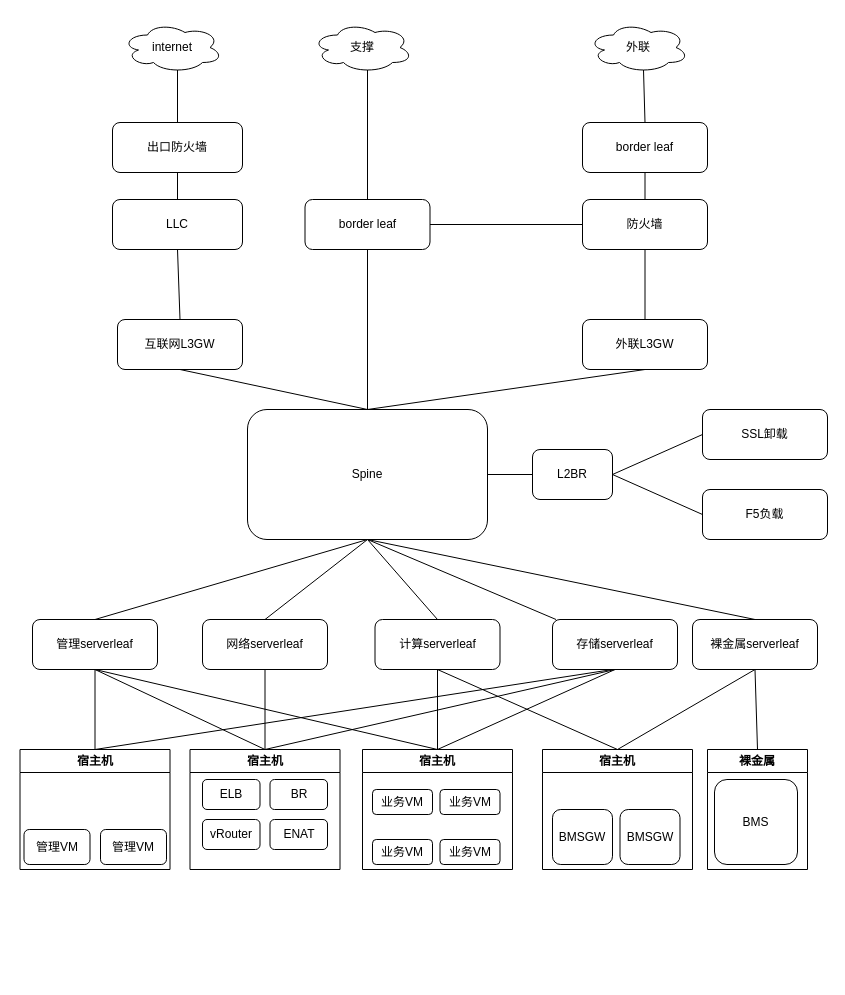
Before: 未命名绘图.drawio in taigerxxxx/huawei, a draw.io diagram. Source tidied: cells renumbered, new cells numbered last; positions are measured from the earlier drawing's top-left corner, leaving out a move shared by most shapes. Both pictures are drawn from the tidied source at 100%, with x=0, y=0 at pixel (20, 22).
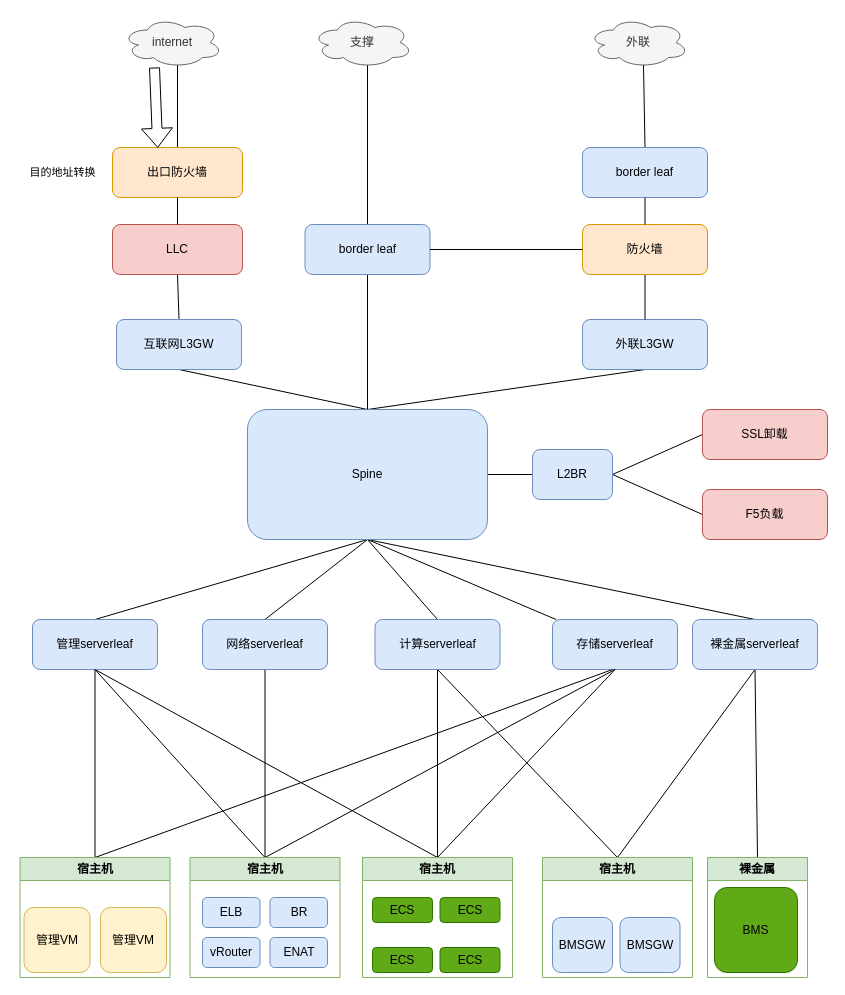
After the change.

Commit message:
更新未命名绘图.drawio

The edit, as a diff of the source:
```diff
@@
-    <mxCell id="3" value="internet" style="ellipse;shape=cloud;whiteSpace=wrap;html=1;shadow=0;" parent="1" vertex="1">
-      <mxGeometry x="102" width="100" height="50" as="geometry" />
+    <mxCell id="3" value="internet" style="ellipse;shape=cloud;whiteSpace=wrap;html=1;shadow=0;fillColor=#f5f5f5;fontColor=#333333;strokeColor=#666666;" parent="1" vertex="1">
+      <mxGeometry x="102" y="-5" width="100" height="50" as="geometry" />
     </mxCell>
@@
-    <mxCell id="6" value="互联网L3GW" style="whiteSpace=wrap;html=1;rounded=1;shadow=0;" parent="1" vertex="1">
-      <mxGeometry x="97" y="297" width="125" height="50" as="geometry" />
+    <mxCell id="6" value="互联网L3GW" style="whiteSpace=wrap;html=1;rounded=1;shadow=0;fillColor=#dae8fc;strokeColor=#6c8ebf;" parent="1" vertex="1">
+      <mxGeometry x="96" y="297" width="125" height="50" as="geometry" />
     </mxCell>
@@
-    <mxCell id="14" value="Spine" style="rounded=1;whiteSpace=wrap;html=1;shadow=0;" parent="1" vertex="1">
+    <mxCell id="14" value="Spine" style="rounded=1;whiteSpace=wrap;html=1;shadow=0;fillColor=#dae8fc;strokeColor=#6c8ebf;" parent="1" vertex="1">
       <mxGeometry x="227" y="387" width="240" height="130" as="geometry" />
     </mxCell>
-    <mxCell id="15" value="外联L3GW" style="whiteSpace=wrap;html=1;rounded=1;shadow=0;" parent="1" vertex="1">
+    <mxCell id="15" value="外联L3GW" style="whiteSpace=wrap;html=1;rounded=1;shadow=0;fillColor=#dae8fc;strokeColor=#6c8ebf;" parent="1" vertex="1">
       <mxGeometry x="562" y="297" width="125" height="50" as="geometry" />
     </mxCell>
@@
-    <mxCell id="18" value="L2BR" style="whiteSpace=wrap;html=1;rounded=1;shadow=0;" parent="1" vertex="1">
+    <mxCell id="18" value="L2BR" style="whiteSpace=wrap;html=1;rounded=1;shadow=0;fillColor=#dae8fc;strokeColor=#6c8ebf;" parent="1" vertex="1">
       <mxGeometry x="512" y="427" width="80" height="50" as="geometry" />
     </mxCell>
@@
-    <mxCell id="23" value="计算serverleaf" style="whiteSpace=wrap;html=1;rounded=1;shadow=0;" parent="1" vertex="1">
+    <mxCell id="23" value="计算serverleaf" style="whiteSpace=wrap;html=1;rounded=1;shadow=0;fillColor=#dae8fc;strokeColor=#6c8ebf;" parent="1" vertex="1">
       <mxGeometry x="354.5" y="597" width="125" height="50" as="geometry" />
     </mxCell>
@@
-    <mxCell id="25" value="网络serverleaf" style="whiteSpace=wrap;html=1;rounded=1;shadow=0;" parent="1" vertex="1">
+    <mxCell id="25" value="网络serverleaf" style="whiteSpace=wrap;html=1;rounded=1;shadow=0;fillColor=#dae8fc;strokeColor=#6c8ebf;" parent="1" vertex="1">
       <mxGeometry x="182" y="597" width="125" height="50" as="geometry" />
     </mxCell>
@@
-    <mxCell id="27" value="管理serverleaf" style="whiteSpace=wrap;html=1;rounded=1;shadow=0;" parent="1" vertex="1">
+    <mxCell id="27" value="管理serverleaf" style="whiteSpace=wrap;html=1;rounded=1;shadow=0;fillColor=#dae8fc;strokeColor=#6c8ebf;" parent="1" vertex="1">
       <mxGeometry x="12" y="597" width="125" height="50" as="geometry" />
     </mxCell>
-    <mxCell id="28" value="存储serverleaf" style="whiteSpace=wrap;html=1;rounded=1;shadow=0;" parent="1" vertex="1">
+    <mxCell id="28" value="存储serverleaf" style="whiteSpace=wrap;html=1;rounded=1;shadow=0;fillColor=#dae8fc;strokeColor=#6c8ebf;" parent="1" vertex="1">
       <mxGeometry x="532" y="597" width="125" height="50" as="geometry" />
     </mxCell>
@@
-    <mxCell id="30" value="外联" style="ellipse;shape=cloud;whiteSpace=wrap;html=1;shadow=0;" parent="1" vertex="1">
-      <mxGeometry x="568" width="100" height="50" as="geometry" />
+    <mxCell id="30" value="外联" style="ellipse;shape=cloud;whiteSpace=wrap;html=1;shadow=0;fillColor=#f5f5f5;fontColor=#333333;strokeColor=#666666;" parent="1" vertex="1">
+      <mxGeometry x="568" y="-5" width="100" height="50" as="geometry" />
     </mxCell>
@@
-    <mxCell id="32" value="支撑" style="ellipse;shape=cloud;whiteSpace=wrap;html=1;shadow=0;" parent="1" vertex="1">
-      <mxGeometry x="292" width="100" height="50" as="geometry" />
+    <mxCell id="32" value="支撑" style="ellipse;shape=cloud;whiteSpace=wrap;html=1;shadow=0;fillColor=#f5f5f5;fontColor=#333333;strokeColor=#666666;" parent="1" vertex="1">
+      <mxGeometry x="292" y="-5" width="100" height="50" as="geometry" />
     </mxCell>
-    <mxCell id="33" value="F5负载" style="whiteSpace=wrap;html=1;rounded=1;shadow=0;" parent="1" vertex="1">
+    <mxCell id="33" value="F5负载" style="whiteSpace=wrap;html=1;rounded=1;shadow=0;fillColor=#f8cecc;strokeColor=#b85450;" parent="1" vertex="1">
       <mxGeometry x="682" y="467" width="125" height="50" as="geometry" />
     </mxCell>
-    <mxCell id="34" value="SSL卸载" style="whiteSpace=wrap;html=1;rounded=1;shadow=0;" parent="1" vertex="1">
+    <mxCell id="34" value="SSL卸载" style="whiteSpace=wrap;html=1;rounded=1;shadow=0;fillColor=#f8cecc;strokeColor=#b85450;" parent="1" vertex="1">
       <mxGeometry x="682" y="387" width="125" height="50" as="geometry" />
     </mxCell>
@@
-    <mxCell id="37" value="宿主机" style="swimlane;whiteSpace=wrap;html=1;" parent="1" vertex="1">
-      <mxGeometry x="342" y="727" width="150" height="120" as="geometry" />
+    <mxCell id="37" value="宿主机" style="swimlane;whiteSpace=wrap;html=1;fillColor=#d5e8d4;strokeColor=#82b366;" parent="1" vertex="1">
+      <mxGeometry x="342" y="835" width="150" height="120" as="geometry" />
     </mxCell>
-    <mxCell id="38" value="业务VM" style="whiteSpace=wrap;html=1;rounded=1;shadow=0;" parent="37" vertex="1">
+    <mxCell id="38" value="ECS" style="whiteSpace=wrap;html=1;rounded=1;shadow=0;fillColor=#60a917;fontColor=#000000;strokeColor=#2D7600;align=center;verticalAlign=middle;fontFamily=Helvetica;fontSize=12;fontStyle=0;" parent="37" vertex="1">
       <mxGeometry x="10" y="90" width="60" height="25" as="geometry" />
     </mxCell>
-    <mxCell id="39" value="业务VM" style="whiteSpace=wrap;html=1;rounded=1;shadow=0;" parent="37" vertex="1">
+    <mxCell id="39" value="ECS" style="whiteSpace=wrap;html=1;rounded=1;shadow=0;fillColor=#60a917;fontColor=#000000;strokeColor=#2D7600;align=center;verticalAlign=middle;fontFamily=Helvetica;fontSize=12;fontStyle=0;" parent="37" vertex="1">
       <mxGeometry x="77.5" y="90" width="60" height="25" as="geometry" />
     </mxCell>
-    <mxCell id="40" value="业务VM" style="whiteSpace=wrap;html=1;rounded=1;shadow=0;" parent="37" vertex="1">
+    <mxCell id="40" value="ECS" style="whiteSpace=wrap;html=1;rounded=1;shadow=0;fillColor=#60a917;fontColor=#000000;strokeColor=#2D7600;align=center;verticalAlign=middle;fontFamily=Helvetica;fontSize=12;fontStyle=0;" parent="37" vertex="1">
       <mxGeometry x="10" y="40" width="60" height="25" as="geometry" />
     </mxCell>
-    <mxCell id="41" value="业务VM" style="whiteSpace=wrap;html=1;rounded=1;shadow=0;" parent="37" vertex="1">
+    <mxCell id="41" value="ECS" style="whiteSpace=wrap;html=1;rounded=1;shadow=0;fillColor=#60a917;fontColor=#000000;strokeColor=#2D7600;align=center;verticalAlign=middle;fontFamily=Helvetica;fontSize=12;fontStyle=0;" parent="37" vertex="1">
       <mxGeometry x="77.5" y="40" width="60" height="25" as="geometry" />
     </mxCell>
@@
-    <mxCell id="44" value="宿主机" style="swimlane;whiteSpace=wrap;html=1;" parent="1" vertex="1">
-      <mxGeometry x="169.5" y="727" width="150" height="120" as="geometry" />
+    <mxCell id="44" value="宿主机" style="swimlane;whiteSpace=wrap;html=1;fillColor=#d5e8d4;strokeColor=#82b366;" parent="1" vertex="1">
+      <mxGeometry x="169.5" y="835" width="150" height="120" as="geometry" />
     </mxCell>
-    <mxCell id="45" value="ELB" style="whiteSpace=wrap;html=1;rounded=1;shadow=0;" parent="44" vertex="1">
-      <mxGeometry x="12.5" y="30" width="57.5" height="30" as="geometry" />
+    <mxCell id="45" value="ELB" style="whiteSpace=wrap;html=1;rounded=1;shadow=0;fillColor=#dae8fc;strokeColor=#6c8ebf;" parent="44" vertex="1">
+      <mxGeometry x="12.5" y="40" width="57.5" height="30" as="geometry" />
     </mxCell>
-    <mxCell id="46" value="BR" style="whiteSpace=wrap;html=1;rounded=1;shadow=0;" parent="44" vertex="1">
-      <mxGeometry x="80" y="30" width="57.5" height="30" as="geometry" />
+    <mxCell id="46" value="BR" style="whiteSpace=wrap;html=1;rounded=1;shadow=0;fillColor=#dae8fc;strokeColor=#6c8ebf;" parent="44" vertex="1">
+      <mxGeometry x="80" y="40" width="57.5" height="30" as="geometry" />
     </mxCell>
-    <mxCell id="47" value="vRouter" style="whiteSpace=wrap;html=1;rounded=1;shadow=0;" parent="44" vertex="1">
-      <mxGeometry x="12.5" y="70" width="57.5" height="30" as="geometry" />
+    <mxCell id="47" value="vRouter" style="whiteSpace=wrap;html=1;rounded=1;shadow=0;fillColor=#dae8fc;strokeColor=#6c8ebf;" parent="44" vertex="1">
+      <mxGeometry x="12.5" y="80" width="57.5" height="30" as="geometry" />
     </mxCell>
-    <mxCell id="48" value="ENAT" style="whiteSpace=wrap;html=1;rounded=1;shadow=0;" parent="44" vertex="1">
-      <mxGeometry x="80" y="70" width="57.5" height="30" as="geometry" />
+    <mxCell id="48" value="ENAT" style="whiteSpace=wrap;html=1;rounded=1;shadow=0;fillColor=#dae8fc;strokeColor=#6c8ebf;" parent="44" vertex="1">
+      <mxGeometry x="80" y="80" width="57.5" height="30" as="geometry" />
     </mxCell>
@@
-    <mxCell id="50" value="宿主机" style="swimlane;whiteSpace=wrap;html=1;" parent="1" vertex="1">
-      <mxGeometry x="-0.5" y="727" width="150" height="120" as="geometry" />
+    <mxCell id="50" value="宿主机" style="swimlane;whiteSpace=wrap;html=1;fillColor=#d5e8d4;strokeColor=#82b366;" parent="1" vertex="1">
+      <mxGeometry x="-0.5" y="835" width="150" height="120" as="geometry" />
     </mxCell>
-    <mxCell id="51" value="管理VM" style="whiteSpace=wrap;html=1;rounded=1;shadow=0;" parent="50" vertex="1">
-      <mxGeometry x="4" y="80" width="66" height="35" as="geometry" />
+    <mxCell id="51" value="管理VM" style="whiteSpace=wrap;html=1;rounded=1;shadow=0;fillColor=#fff2cc;strokeColor=#d6b656;" parent="50" vertex="1">
+      <mxGeometry x="4" y="50" width="66" height="65" as="geometry" />
     </mxCell>
-    <mxCell id="52" value="管理VM" style="whiteSpace=wrap;html=1;rounded=1;shadow=0;" parent="50" vertex="1">
-      <mxGeometry x="80.5" y="80" width="66" height="35" as="geometry" />
+    <mxCell id="52" value="管理VM" style="whiteSpace=wrap;html=1;rounded=1;shadow=0;fillColor=#fff2cc;strokeColor=#d6b656;" parent="50" vertex="1">
+      <mxGeometry x="80.5" y="50" width="66" height="65" as="geometry" />
     </mxCell>
-    <mxCell id="53" value="border leaf" style="whiteSpace=wrap;html=1;rounded=1;shadow=0;" parent="1" vertex="1">
-      <mxGeometry x="284.5" y="177" width="125" height="50" as="geometry" />
+    <mxCell id="53" value="border leaf" style="whiteSpace=wrap;html=1;rounded=1;shadow=0;fillColor=#dae8fc;strokeColor=#6c8ebf;" parent="1" vertex="1">
+      <mxGeometry x="284.5" y="202" width="125" height="50" as="geometry" />
     </mxCell>
-    <mxCell id="54" value="出口防火墙" style="rounded=1;whiteSpace=wrap;html=1;shadow=0;" parent="1" vertex="1">
-      <mxGeometry x="92" y="100" width="130" height="50" as="geometry" />
+    <mxCell id="54" value="出口防火墙" style="rounded=1;whiteSpace=wrap;html=1;shadow=0;fillColor=#ffe6cc;strokeColor=#d79b00;" parent="1" vertex="1">
+      <mxGeometry x="92" y="125" width="130" height="50" as="geometry" />
     </mxCell>
-    <mxCell id="55" value="LLC" style="whiteSpace=wrap;html=1;rounded=1;shadow=0;" parent="1" vertex="1">
-      <mxGeometry x="92" y="177" width="130" height="50" as="geometry" />
+    <mxCell id="55" value="LLC" style="whiteSpace=wrap;html=1;rounded=1;shadow=0;fillColor=#f8cecc;strokeColor=#b85450;" parent="1" vertex="1">
+      <mxGeometry x="92" y="202" width="130" height="50" as="geometry" />
     </mxCell>
@@
-    <mxCell id="57" value="防火墙" style="whiteSpace=wrap;html=1;rounded=1;shadow=0;" parent="1" vertex="1">
-      <mxGeometry x="562" y="177" width="125" height="50" as="geometry" />
+    <mxCell id="57" value="防火墙" style="whiteSpace=wrap;html=1;rounded=1;shadow=0;fillColor=#ffe6cc;strokeColor=#d79b00;" parent="1" vertex="1">
+      <mxGeometry x="562" y="202" width="125" height="50" as="geometry" />
     </mxCell>
@@
-    <mxCell id="59" value="border leaf" style="whiteSpace=wrap;html=1;rounded=1;shadow=0;" parent="1" vertex="1">
-      <mxGeometry x="562" y="100" width="125" height="50" as="geometry" />
+    <mxCell id="59" value="border leaf" style="whiteSpace=wrap;html=1;rounded=1;shadow=0;fillColor=#dae8fc;strokeColor=#6c8ebf;" parent="1" vertex="1">
+      <mxGeometry x="562" y="125" width="125" height="50" as="geometry" />
     </mxCell>
@@
-    <mxCell id="62" value="宿主机" style="swimlane;whiteSpace=wrap;html=1;" parent="1" vertex="1">
-      <mxGeometry x="522" y="727" width="150" height="120" as="geometry" />
+    <mxCell id="62" value="宿主机" style="swimlane;whiteSpace=wrap;html=1;fillColor=#d5e8d4;strokeColor=#82b366;" parent="1" vertex="1">
+      <mxGeometry x="522" y="835" width="150" height="120" as="geometry" />
     </mxCell>
-    <mxCell id="63" value="BMSGW" style="whiteSpace=wrap;html=1;rounded=1;shadow=0;" parent="62" vertex="1">
+    <mxCell id="63" value="BMSGW" style="whiteSpace=wrap;html=1;rounded=1;shadow=0;fillColor=#dae8fc;strokeColor=#6c8ebf;" parent="62" vertex="1">
       <mxGeometry x="10" y="60" width="60" height="55" as="geometry" />
     </mxCell>
-    <mxCell id="64" value="BMSGW" style="whiteSpace=wrap;html=1;rounded=1;shadow=0;" parent="62" vertex="1">
+    <mxCell id="64" value="BMSGW" style="whiteSpace=wrap;html=1;rounded=1;shadow=0;fillColor=#dae8fc;strokeColor=#6c8ebf;" parent="62" vertex="1">
       <mxGeometry x="77.5" y="60" width="60" height="55" as="geometry" />
     </mxCell>
@@
-    <mxCell id="66" value="裸金属serverleaf" style="whiteSpace=wrap;html=1;rounded=1;shadow=0;" parent="1" vertex="1">
+    <mxCell id="66" value="裸金属serverleaf" style="whiteSpace=wrap;html=1;rounded=1;shadow=0;fillColor=#dae8fc;strokeColor=#6c8ebf;" parent="1" vertex="1">
       <mxGeometry x="672" y="597" width="125" height="50" as="geometry" />
     </mxCell>
-    <mxCell id="67" value="裸金属" style="swimlane;whiteSpace=wrap;html=1;" parent="1" vertex="1">
-      <mxGeometry x="687" y="727" width="100" height="120" as="geometry" />
+    <mxCell id="67" value="裸金属" style="swimlane;whiteSpace=wrap;html=1;fillColor=#d5e8d4;strokeColor=#82b366;" parent="1" vertex="1">
+      <mxGeometry x="687" y="835" width="100" height="120" as="geometry" />
     </mxCell>
-    <mxCell id="68" value="BMS" style="whiteSpace=wrap;html=1;rounded=1;shadow=0;" parent="67" vertex="1">
+    <mxCell id="68" value="&lt;font color=&quot;#000000&quot;&gt;BMS&lt;/font&gt;" style="whiteSpace=wrap;html=1;rounded=1;shadow=0;fillColor=#60a917;fontColor=#ffffff;strokeColor=#2D7600;" parent="67" vertex="1">
       <mxGeometry x="7" y="30" width="83" height="85" as="geometry" />
     </mxCell>
+    <mxCell id="69" value="目的地址转换" style="text;html=1;align=center;verticalAlign=middle;strokeColor=none;fillColor=none;fontFamily=Helvetica;fontSize=11;fontColor=default;labelBackgroundColor=default;" parent="1" vertex="1">
+      <mxGeometry x="-3" y="135" width="90" height="30" as="geometry" />
+    </mxCell>
+    <mxCell id="70" style="shape=flexArrow;endArrow=classic;html=1;rounded=0;shadow=0;strokeColor=default;align=center;verticalAlign=middle;fontFamily=Helvetica;fontSize=11;fontColor=default;labelBackgroundColor=default;entryX=0.348;entryY=0.007;entryDx=0;entryDy=0;entryPerimeter=0;" parent="1" edge="1" target="54">
+      <mxGeometry relative="1" as="geometry">
+        <mxPoint x="134" y="45" as="sourcePoint" />
+      </mxGeometry>
+    </mxCell>
```
